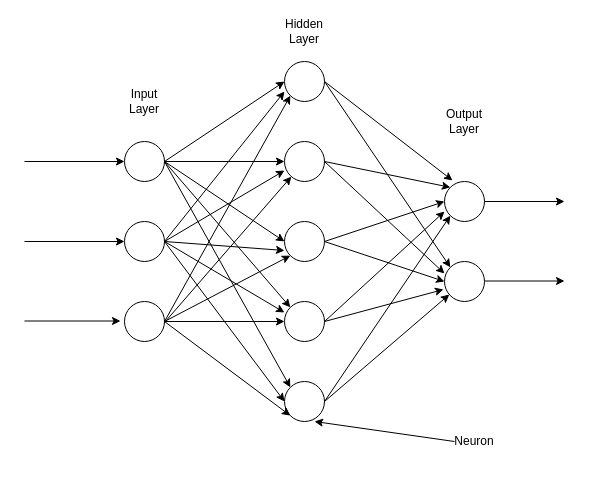
The draw.io diagram Untitled Diagram.drawio in aapowadi/CNN_Research, before the edit. Source tidied: cells renumbered, new cells numbered last; positions are measured from the earlier drawing's top-left corner, leaving out a move shared by most shapes. Both pictures are drawn from the tidied source at 100%, with x=0, y=0 at pixel (24, 21).
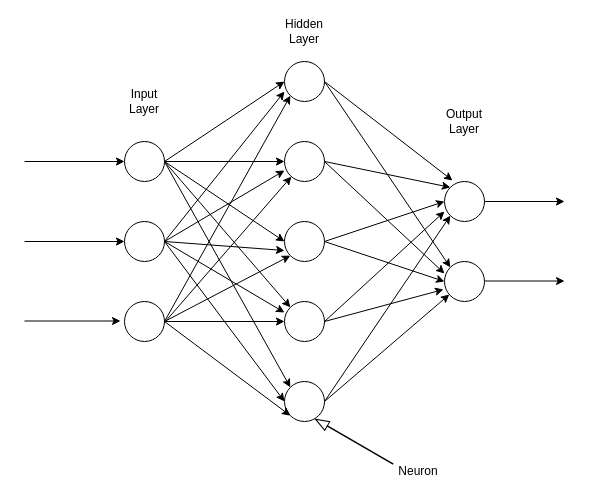
After the change.

What changed in the source:
```diff
@@
-    <mxCell id="45" style="endArrow=classic;html=1;exitX=0;exitY=0.5;exitDx=0;exitDy=0;" parent="1" edge="1" source="46">
-      <mxGeometry relative="1" as="geometry">
-        <mxPoint x="290" y="400" as="targetPoint" />
-      </mxGeometry>
-    </mxCell>
     <mxCell id="46" value="Neuron" style="text;html=1;strokeColor=none;fillColor=none;align=center;verticalAlign=middle;whiteSpace=wrap;rounded=0;" parent="1" vertex="1">
-      <mxGeometry x="430" y="410" width="40" height="20" as="geometry" />
+      <mxGeometry x="374.3" y="440" width="40" height="20" as="geometry" />
     </mxCell>
+    <mxCell id="47" style="html=1;shadow=0;dashed=0;align=center;verticalAlign=middle;shape=mxgraph.arrows2.arrow;dy=0.95;dx=13.58;notch=0;rotation=-150;" parent="1" vertex="1">
+      <mxGeometry x="285" y="415" width="89.3" height="10" as="geometry" />
+    </mxCell>
```
